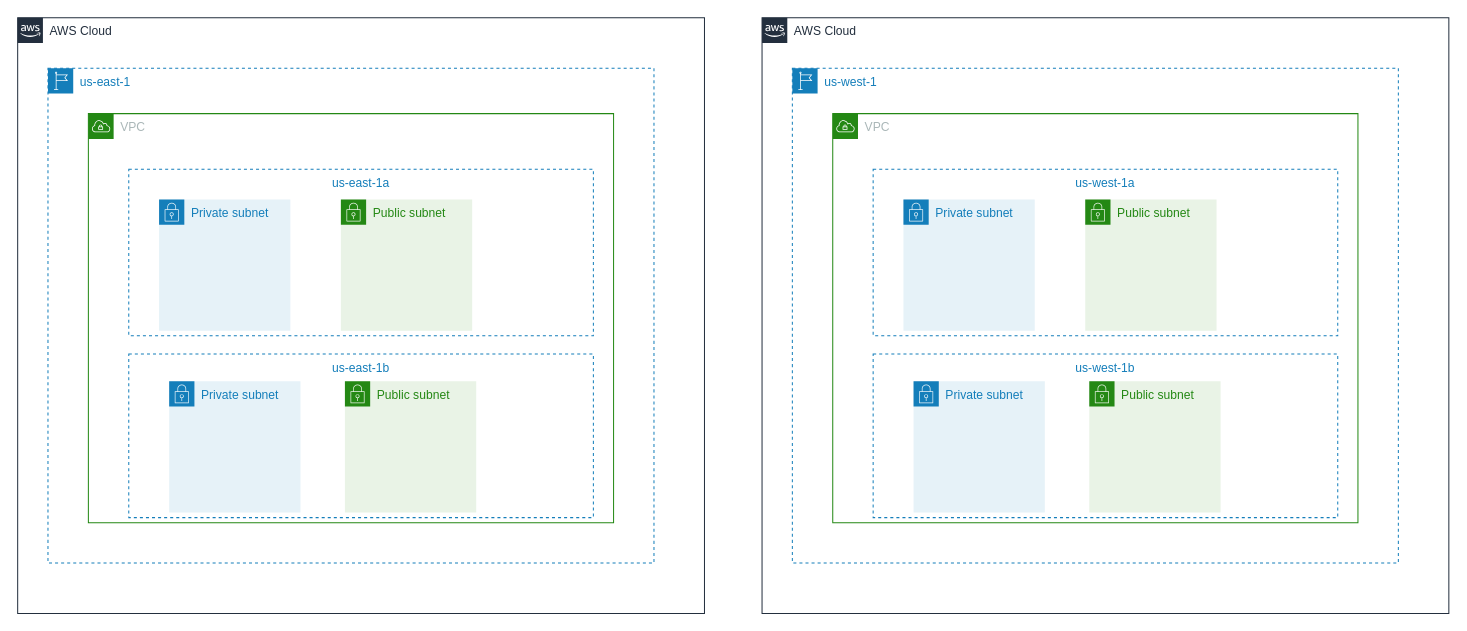
The draw.io diagram Untitled Diagram.drawio in rubendata/cloud-developer, before the edit. Source tidied: cells renumbered, new cells numbered last; positions are measured from the earlier drawing's top-left corner, leaving out a move shared by most shapes. Both pictures are drawn from the tidied source at 101%, with x=0, y=0 at pixel (17, 17).
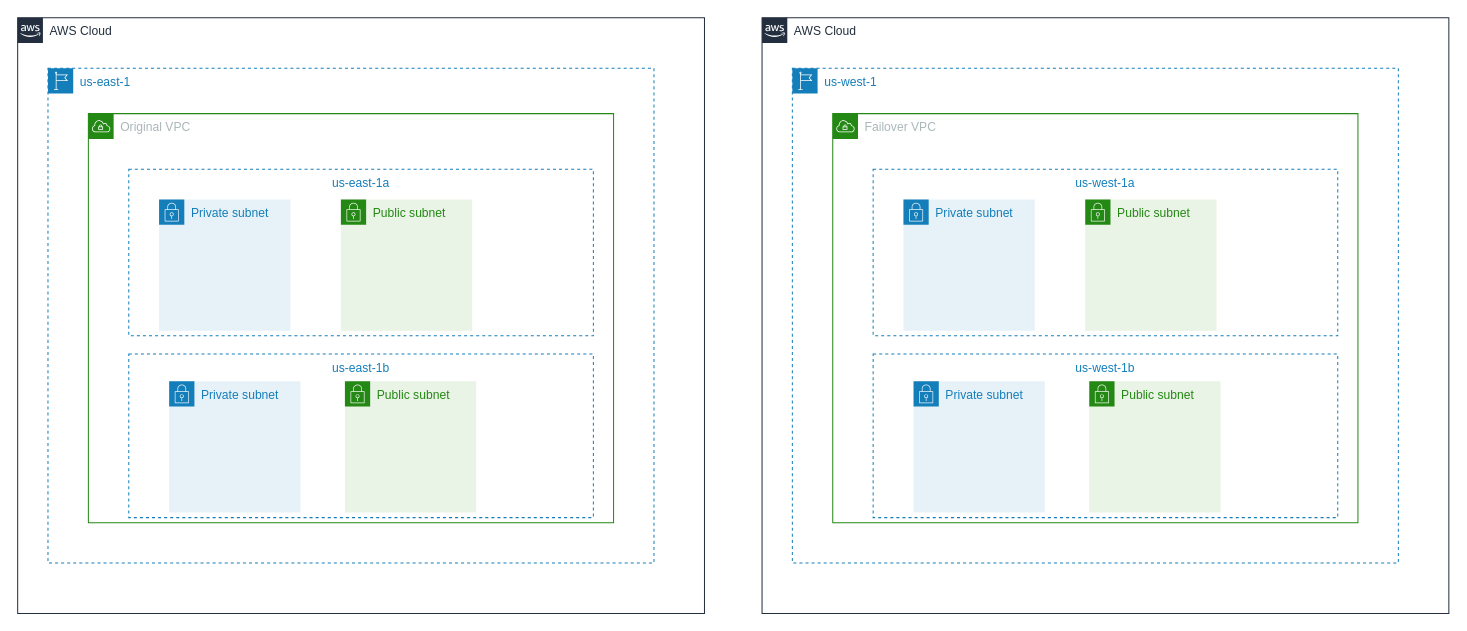
After the change.

Change to the diagram source:
```diff
@@
 <mxGraphModel>
   <root>
     <mxCell id="0" />
     <mxCell id="1" parent="0" />
     <mxCell id="2" value="AWS Cloud" style="gradientColor=none;html=1;whiteSpace=wrap;fontSize=12;fontStyle=0;shape=mxgraph.aws4.group;grIcon=mxgraph.aws4.group_aws_cloud_alt;strokeColor=#232F3E;fillColor=none;verticalAlign=top;align=left;spacingLeft=30;fontColor=#232F3E;dashed=0;" parent="1" vertex="1">
       <mxGeometry width="680" height="590" as="geometry" />
     </mxCell>
     <mxCell id="3" value="us-east-1" style="gradientColor=none;html=1;whiteSpace=wrap;fontSize=12;fontStyle=0;shape=mxgraph.aws4.group;grIcon=mxgraph.aws4.group_region;strokeColor=#147EBA;fillColor=none;verticalAlign=top;align=left;spacingLeft=30;fontColor=#147EBA;dashed=1;" parent="2" vertex="1">
       <mxGeometry x="30" y="50" width="600" height="490" as="geometry" />
     </mxCell>
-    <mxCell id="4" value="VPC" style="gradientColor=none;html=1;whiteSpace=wrap;fontSize=12;fontStyle=0;shape=mxgraph.aws4.group;grIcon=mxgraph.aws4.group_vpc;strokeColor=#248814;fillColor=none;verticalAlign=top;align=left;spacingLeft=30;fontColor=#AAB7B8;dashed=0;" parent="3" vertex="1">
+    <mxCell id="4" value="Original VPC" style="gradientColor=none;html=1;whiteSpace=wrap;fontSize=12;fontStyle=0;shape=mxgraph.aws4.group;grIcon=mxgraph.aws4.group_vpc;strokeColor=#248814;fillColor=none;verticalAlign=top;align=left;spacingLeft=30;fontColor=#AAB7B8;dashed=0;" parent="3" vertex="1">
       <mxGeometry x="40" y="45" width="520" height="405" as="geometry" />
     </mxCell>
     <mxCell id="5" value="us-east-1a" style="fillColor=none;strokeColor=#147EBA;dashed=1;verticalAlign=top;fontStyle=0;fontColor=#147EBA;whiteSpace=wrap;html=1;" parent="4" vertex="1">
       <mxGeometry x="40" y="55" width="460" height="165" as="geometry" />
     </mxCell>
     <mxCell id="6" value="us-east-1b" style="fillColor=none;strokeColor=#147EBA;dashed=1;verticalAlign=top;fontStyle=0;fontColor=#147EBA;whiteSpace=wrap;html=1;" parent="4" vertex="1">
       <mxGeometry x="40" y="238" width="460" height="162" as="geometry" />
     </mxCell>
     <mxCell id="7" value="Private subnet" style="gradientColor=none;html=1;whiteSpace=wrap;fontSize=12;fontStyle=0;shape=mxgraph.aws4.group;grIcon=mxgraph.aws4.group_security_group;grStroke=0;strokeColor=#147EBA;fillColor=#E6F2F8;verticalAlign=top;align=left;spacingLeft=30;fontColor=#147EBA;dashed=0;" parent="4" vertex="1">
       <mxGeometry x="70" y="85" width="130" height="130" as="geometry" />
     </mxCell>
     <mxCell id="8" value="Public subnet" style="gradientColor=none;html=1;whiteSpace=wrap;fontSize=12;fontStyle=0;shape=mxgraph.aws4.group;grIcon=mxgraph.aws4.group_security_group;grStroke=0;strokeColor=#248814;fillColor=#E9F3E6;verticalAlign=top;align=left;spacingLeft=30;fontColor=#248814;dashed=0;" parent="4" vertex="1">
       <mxGeometry x="254" y="265" width="130" height="130" as="geometry" />
     </mxCell>
     <mxCell id="9" value="Public subnet" style="gradientColor=none;html=1;whiteSpace=wrap;fontSize=12;fontStyle=0;shape=mxgraph.aws4.group;grIcon=mxgraph.aws4.group_security_group;grStroke=0;strokeColor=#248814;fillColor=#E9F3E6;verticalAlign=top;align=left;spacingLeft=30;fontColor=#248814;dashed=0;" parent="4" vertex="1">
       <mxGeometry x="250" y="85" width="130" height="130" as="geometry" />
     </mxCell>
     <mxCell id="10" value="Private subnet" style="gradientColor=none;html=1;whiteSpace=wrap;fontSize=12;fontStyle=0;shape=mxgraph.aws4.group;grIcon=mxgraph.aws4.group_security_group;grStroke=0;strokeColor=#147EBA;fillColor=#E6F2F8;verticalAlign=top;align=left;spacingLeft=30;fontColor=#147EBA;dashed=0;" parent="4" vertex="1">
       <mxGeometry x="80" y="265" width="130" height="130" as="geometry" />
     </mxCell>
     <mxCell id="11" value="AWS Cloud" style="gradientColor=none;html=1;whiteSpace=wrap;fontSize=12;fontStyle=0;shape=mxgraph.aws4.group;grIcon=mxgraph.aws4.group_aws_cloud_alt;strokeColor=#232F3E;fillColor=none;verticalAlign=top;align=left;spacingLeft=30;fontColor=#232F3E;dashed=0;" parent="1" vertex="1">
       <mxGeometry x="737" width="680" height="590" as="geometry" />
     </mxCell>
     <mxCell id="12" value="us-west-1" style="gradientColor=none;html=1;whiteSpace=wrap;fontSize=12;fontStyle=0;shape=mxgraph.aws4.group;grIcon=mxgraph.aws4.group_region;strokeColor=#147EBA;fillColor=none;verticalAlign=top;align=left;spacingLeft=30;fontColor=#147EBA;dashed=1;" parent="11" vertex="1">
       <mxGeometry x="30" y="50" width="600" height="490" as="geometry" />
     </mxCell>
-    <mxCell id="13" value="VPC" style="gradientColor=none;html=1;whiteSpace=wrap;fontSize=12;fontStyle=0;shape=mxgraph.aws4.group;grIcon=mxgraph.aws4.group_vpc;strokeColor=#248814;fillColor=none;verticalAlign=top;align=left;spacingLeft=30;fontColor=#AAB7B8;dashed=0;" parent="12" vertex="1">
+    <mxCell id="13" value="Failover VPC" style="gradientColor=none;html=1;whiteSpace=wrap;fontSize=12;fontStyle=0;shape=mxgraph.aws4.group;grIcon=mxgraph.aws4.group_vpc;strokeColor=#248814;fillColor=none;verticalAlign=top;align=left;spacingLeft=30;fontColor=#AAB7B8;dashed=0;" parent="12" vertex="1">
       <mxGeometry x="40" y="45" width="520" height="405" as="geometry" />
     </mxCell>
     <mxCell id="14" value="us-west-1a" style="fillColor=none;strokeColor=#147EBA;dashed=1;verticalAlign=top;fontStyle=0;fontColor=#147EBA;whiteSpace=wrap;html=1;" parent="13" vertex="1">
       <mxGeometry x="40" y="55" width="460" height="165" as="geometry" />
     </mxCell>
     <mxCell id="15" value="us-west-1b" style="fillColor=none;strokeColor=#147EBA;dashed=1;verticalAlign=top;fontStyle=0;fontColor=#147EBA;whiteSpace=wrap;html=1;" parent="13" vertex="1">
       <mxGeometry x="40" y="238" width="460" height="162" as="geometry" />
     </mxCell>
     <mxCell id="16" value="Private subnet" style="gradientColor=none;html=1;whiteSpace=wrap;fontSize=12;fontStyle=0;shape=mxgraph.aws4.group;grIcon=mxgraph.aws4.group_security_group;grStroke=0;strokeColor=#147EBA;fillColor=#E6F2F8;verticalAlign=top;align=left;spacingLeft=30;fontColor=#147EBA;dashed=0;" parent="13" vertex="1">
       <mxGeometry x="70" y="85" width="130" height="130" as="geometry" />
     </mxCell>
     <mxCell id="17" value="Public subnet" style="gradientColor=none;html=1;whiteSpace=wrap;fontSize=12;fontStyle=0;shape=mxgraph.aws4.group;grIcon=mxgraph.aws4.group_security_group;grStroke=0;strokeColor=#248814;fillColor=#E9F3E6;verticalAlign=top;align=left;spacingLeft=30;fontColor=#248814;dashed=0;" parent="13" vertex="1">
       <mxGeometry x="254" y="265" width="130" height="130" as="geometry" />
     </mxCell>
     <mxCell id="18" value="Public subnet" style="gradientColor=none;html=1;whiteSpace=wrap;fontSize=12;fontStyle=0;shape=mxgraph.aws4.group;grIcon=mxgraph.aws4.group_security_group;grStroke=0;strokeColor=#248814;fillColor=#E9F3E6;verticalAlign=top;align=left;spacingLeft=30;fontColor=#248814;dashed=0;" parent="13" vertex="1">
       <mxGeometry x="250" y="85" width="130" height="130" as="geometry" />
     </mxCell>
     <mxCell id="19" value="Private subnet" style="gradientColor=none;html=1;whiteSpace=wrap;fontSize=12;fontStyle=0;shape=mxgraph.aws4.group;grIcon=mxgraph.aws4.group_security_group;grStroke=0;strokeColor=#147EBA;fillColor=#E6F2F8;verticalAlign=top;align=left;spacingLeft=30;fontColor=#147EBA;dashed=0;" parent="13" vertex="1">
       <mxGeometry x="80" y="265" width="130" height="130" as="geometry" />
     </mxCell>
   </root>
 </mxGraphModel>
```
